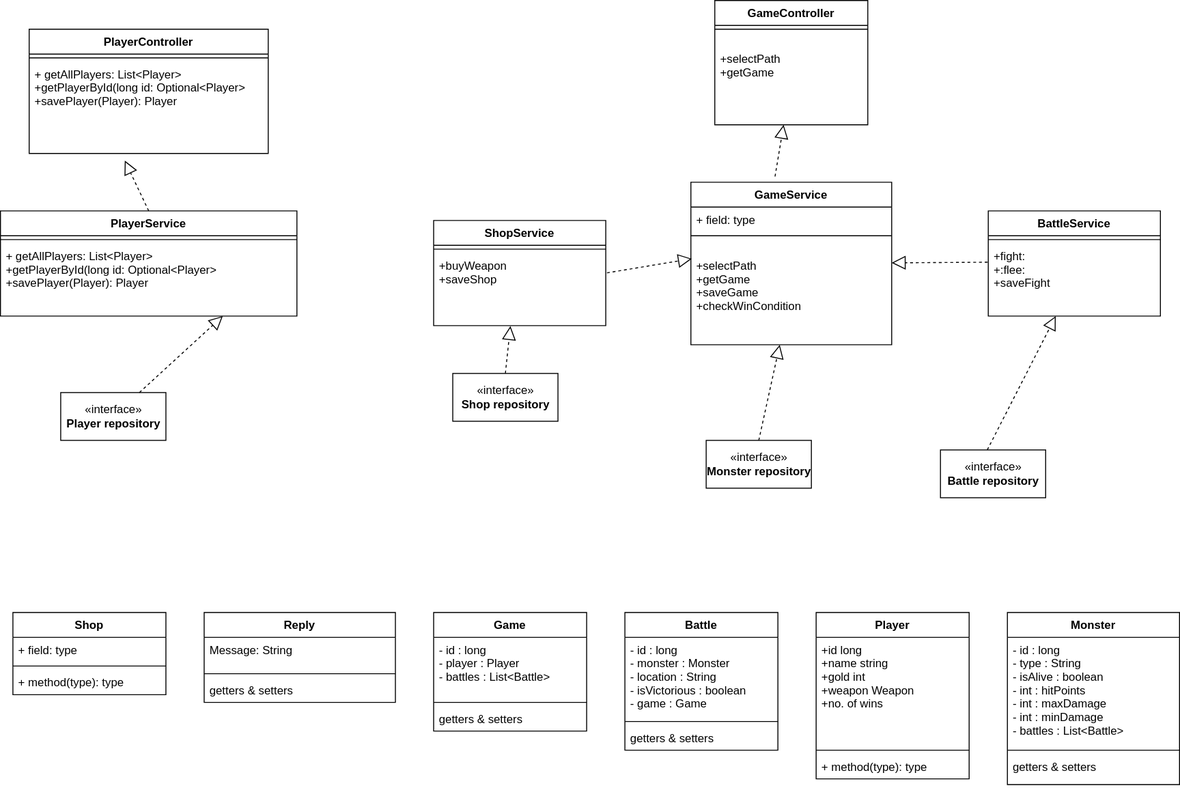
Before: team7_uml.svg, a diagram exported from draw.io (RawMal/backend_project). Source tidied: cells renumbered, new cells last; positions are measured from the earlier drawing's top-left corner, leaving out a move shared by most shapes.
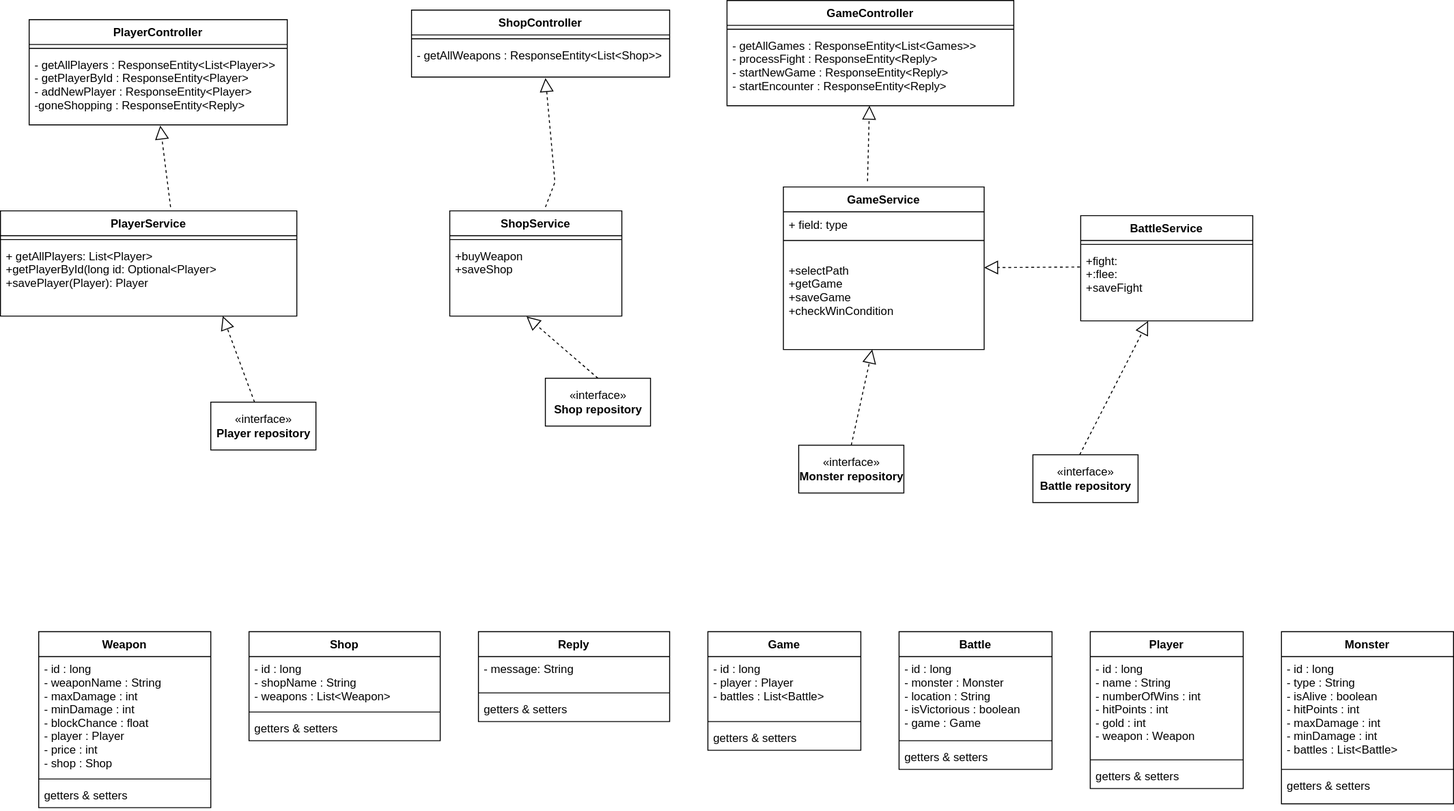
After the change.

Commit message:
halfway through uml update

Diff of the diagram source:
```diff
@@ -3,33 +3,33 @@
     <mxCell id="0" />
     <mxCell id="1" parent="0" />
     <mxCell id="2" value="Player" style="swimlane;fontStyle=1;align=center;verticalAlign=top;horizontal=1;startSize=26;" parent="1" vertex="1">
-      <mxGeometry x="853" y="640" width="160" height="174" as="geometry" />
+      <mxGeometry x="853" y="640" width="160" height="164" as="geometry" />
     </mxCell>
-    <mxCell id="3" value="+id long &#10;+name string&#10;+gold int&#10;+weapon Weapon&#10;+no. of wins&#10;&#10;" style="text;strokeColor=none;fillColor=none;align=left;verticalAlign=top;spacingLeft=4;spacingRight=4;overflow=hidden;" parent="2" vertex="1">
-      <mxGeometry y="26" width="160" height="114" as="geometry" />
+    <mxCell id="3" value="- id : long&#10;- name : String&#10;- numberOfWins : int&#10;- hitPoints : int&#10;- gold : int&#10;- weapon : Weapon" style="text;strokeColor=none;fillColor=none;align=left;verticalAlign=top;spacingLeft=4;spacingRight=4;overflow=hidden;" parent="2" vertex="1">
+      <mxGeometry y="26" width="160" height="104" as="geometry" />
     </mxCell>
     <mxCell id="4" style="line;strokeWidth=1;fillColor=none;align=left;verticalAlign=middle;spacingTop=-1;spacingLeft=3;spacingRight=3;labelPosition=right;strokeColor=inherit;" parent="2" vertex="1">
-      <mxGeometry y="140" width="160" height="8" as="geometry" />
+      <mxGeometry y="130" width="160" height="8" as="geometry" />
     </mxCell>
-    <mxCell id="5" value="+ method(type): type" style="text;strokeColor=none;fillColor=none;align=left;verticalAlign=top;spacingLeft=4;spacingRight=4;overflow=hidden;" parent="2" vertex="1">
-      <mxGeometry y="148" width="160" height="26" as="geometry" />
+    <mxCell id="5" value="getters &amp; setters" style="text;strokeColor=none;fillColor=none;align=left;verticalAlign=top;spacingLeft=4;spacingRight=4;overflow=hidden;" parent="2" vertex="1">
+      <mxGeometry y="138" width="160" height="26" as="geometry" />
     </mxCell>
     <mxCell id="6" value="Shop" style="swimlane;fontStyle=1;align=center;verticalAlign=top;horizontal=1;startSize=26;" parent="1" vertex="1">
-      <mxGeometry x="13" y="640" width="160" height="86" as="geometry" />
+      <mxGeometry x="-27" y="640" width="200" height="114" as="geometry" />
     </mxCell>
-    <mxCell id="7" value="+ field: type" style="text;strokeColor=none;fillColor=none;align=left;verticalAlign=top;spacingLeft=4;spacingRight=4;overflow=hidden;" parent="6" vertex="1">
-      <mxGeometry y="26" width="160" height="26" as="geometry" />
+    <mxCell id="7" value="- id : long&#10;- shopName : String&#10;- weapons : List&lt;Weapon&gt;&#10;" style="text;strokeColor=none;fillColor=none;align=left;verticalAlign=top;spacingLeft=4;spacingRight=4;overflow=hidden;" parent="6" vertex="1">
+      <mxGeometry y="26" width="200" height="54" as="geometry" />
     </mxCell>
     <mxCell id="8" style="line;strokeWidth=1;fillColor=none;align=left;verticalAlign=middle;spacingTop=-1;spacingLeft=3;spacingRight=3;labelPosition=right;strokeColor=inherit;" parent="6" vertex="1">
-      <mxGeometry y="52" width="160" height="8" as="geometry" />
+      <mxGeometry y="80" width="200" height="8" as="geometry" />
     </mxCell>
-    <mxCell id="9" value="+ method(type): type" style="text;strokeColor=none;fillColor=none;align=left;verticalAlign=top;spacingLeft=4;spacingRight=4;overflow=hidden;" parent="6" vertex="1">
-      <mxGeometry y="60" width="160" height="26" as="geometry" />
+    <mxCell id="9" value="getters &amp; setters" style="text;strokeColor=none;fillColor=none;align=left;verticalAlign=top;spacingLeft=4;spacingRight=4;overflow=hidden;" parent="6" vertex="1">
+      <mxGeometry y="88" width="200" height="26" as="geometry" />
     </mxCell>
     <mxCell id="10" value="Monster" style="swimlane;fontStyle=1;align=center;verticalAlign=top;horizontal=1;startSize=26;" parent="1" vertex="1">
       <mxGeometry x="1053" y="640" width="180" height="180" as="geometry" />
     </mxCell>
-    <mxCell id="11" value="- id : long&#10;- type : String&#10;- isAlive : boolean&#10;- int : hitPoints&#10;- int : maxDamage&#10;- int : minDamage&#10;- battles : List&lt;Battle&gt;" style="text;strokeColor=none;fillColor=none;align=left;verticalAlign=top;spacingLeft=4;spacingRight=4;overflow=hidden;" parent="10" vertex="1">
+    <mxCell id="11" value="- id : long&#10;- type : String&#10;- isAlive : boolean&#10;- hitPoints : int&#10;- maxDamage : int&#10;- minDamage : int&#10;- battles : List&lt;Battle&gt;" style="text;strokeColor=none;fillColor=none;align=left;verticalAlign=top;spacingLeft=4;spacingRight=4;overflow=hidden;" parent="10" vertex="1">
       <mxGeometry y="26" width="180" height="114" as="geometry" />
     </mxCell>
     <mxCell id="12" style="line;strokeWidth=1;fillColor=none;align=left;verticalAlign=middle;spacingTop=-1;spacingLeft=3;spacingRight=3;labelPosition=right;strokeColor=inherit;" parent="10" vertex="1">
@@ -39,19 +39,19 @@
       <mxGeometry y="148" width="180" height="32" as="geometry" />
     </mxCell>
     <mxCell id="14" value="«interface»&lt;br&gt;&lt;b&gt;Battle repository&lt;/b&gt;" style="html=1;" parent="1" vertex="1">
-      <mxGeometry x="983" y="470" width="110" height="50" as="geometry" />
+      <mxGeometry x="793" y="455" width="110" height="50" as="geometry" />
     </mxCell>
     <mxCell id="15" value="«interface»&lt;br&gt;&lt;b&gt;Player repository&lt;/b&gt;" style="html=1;" parent="1" vertex="1">
-      <mxGeometry x="63" y="410" width="110" height="50" as="geometry" />
+      <mxGeometry x="-67" y="400" width="110" height="50" as="geometry" />
     </mxCell>
     <mxCell id="16" value="«interface»&lt;br&gt;&lt;b&gt;Monster repository&lt;/b&gt;" style="html=1;" parent="1" vertex="1">
-      <mxGeometry x="738" y="460" width="110" height="50" as="geometry" />
+      <mxGeometry x="548" y="445" width="110" height="50" as="geometry" />
     </mxCell>
     <mxCell id="17" value="«interface»&lt;br&gt;&lt;b&gt;Shop repository&lt;/b&gt;" style="html=1;" parent="1" vertex="1">
-      <mxGeometry x="473" y="390" width="110" height="50" as="geometry" />
+      <mxGeometry x="283" y="375" width="110" height="50" as="geometry" />
     </mxCell>
     <mxCell id="18" value="PlayerService" style="swimlane;fontStyle=1;align=center;verticalAlign=top;horizontal=1;startSize=26;" parent="1" vertex="1">
-      <mxGeometry y="220" width="310" height="110" as="geometry" />
+      <mxGeometry x="-287" y="200" width="310" height="110" as="geometry" />
     </mxCell>
     <mxCell id="19" style="line;strokeWidth=1;fillColor=none;align=left;verticalAlign=middle;spacingTop=-1;spacingLeft=3;spacingRight=3;labelPosition=right;strokeColor=inherit;" parent="18" vertex="1">
       <mxGeometry y="26" width="310" height="8" as="geometry" />
@@ -60,25 +60,25 @@
       <mxGeometry y="34" width="310" height="76" as="geometry" />
     </mxCell>
     <mxCell id="21" value="GameController" style="swimlane;fontStyle=1;align=center;verticalAlign=top;horizontal=1;startSize=26;" parent="1" vertex="1">
-      <mxGeometry x="747" width="160" height="130" as="geometry" />
+      <mxGeometry x="473" y="-20" width="300" height="110" as="geometry" />
     </mxCell>
     <mxCell id="22" style="line;strokeWidth=1;fillColor=none;align=left;verticalAlign=middle;spacingTop=-1;spacingLeft=3;spacingRight=3;labelPosition=right;strokeColor=inherit;" parent="21" vertex="1">
-      <mxGeometry y="26" width="160" height="8" as="geometry" />
+      <mxGeometry y="26" width="300" height="8" as="geometry" />
     </mxCell>
-    <mxCell id="23" value="&#10;+selectPath&#10;+getGame&#10;" style="text;strokeColor=none;fillColor=none;align=left;verticalAlign=top;spacingLeft=4;spacingRight=4;overflow=hidden;points=[[0,0.5],[1,0.5]];portConstraint=eastwest;" parent="21" vertex="1">
-      <mxGeometry y="34" width="160" height="96" as="geometry" />
+    <mxCell id="23" value="- getAllGames : ResponseEntity&lt;List&lt;Games&gt;&gt;&#10;- processFight : ResponseEntity&lt;Reply&gt;&#10;- startNewGame : ResponseEntity&lt;Reply&gt;&#10;- startEncounter : ResponseEntity&lt;Reply&gt;" style="text;strokeColor=none;fillColor=none;align=left;verticalAlign=top;spacingLeft=4;spacingRight=4;overflow=hidden;points=[[0,0.5],[1,0.5]];portConstraint=eastwest;" parent="21" vertex="1">
+      <mxGeometry y="34" width="300" height="76" as="geometry" />
     </mxCell>
     <mxCell id="24" value="PlayerController" style="swimlane;fontStyle=1;align=center;verticalAlign=top;horizontal=1;startSize=26;" parent="1" vertex="1">
-      <mxGeometry x="30" y="30" width="250" height="130" as="geometry" />
+      <mxGeometry x="-257" width="270" height="110" as="geometry" />
     </mxCell>
     <mxCell id="25" style="line;strokeWidth=1;fillColor=none;align=left;verticalAlign=middle;spacingTop=-1;spacingLeft=3;spacingRight=3;labelPosition=right;strokeColor=inherit;" parent="24" vertex="1">
-      <mxGeometry y="26" width="250" height="8" as="geometry" />
+      <mxGeometry y="26" width="270" height="8" as="geometry" />
     </mxCell>
-    <mxCell id="26" value="+ getAllPlayers: List&lt;Player&gt;&#10;+getPlayerById(long id: Optional&lt;Player&gt; &#10;+savePlayer(Player): Player" style="text;strokeColor=none;fillColor=none;align=left;verticalAlign=top;spacingLeft=4;spacingRight=4;overflow=hidden;points=[[0,0.5],[1,0.5]];portConstraint=eastwest;" parent="24" vertex="1">
-      <mxGeometry y="34" width="250" height="96" as="geometry" />
+    <mxCell id="26" value="- getAllPlayers : ResponseEntity&lt;List&lt;Player&gt;&gt;&#10;- getPlayerById : ResponseEntity&lt;Player&gt;&#10;- addNewPlayer : ResponseEntity&lt;Player&gt;&#10;-goneShopping : ResponseEntity&lt;Reply&gt;" style="text;strokeColor=none;fillColor=none;align=left;verticalAlign=top;spacingLeft=4;spacingRight=4;overflow=hidden;points=[[0,0.5],[1,0.5]];portConstraint=eastwest;" parent="24" vertex="1">
+      <mxGeometry y="34" width="270" height="76" as="geometry" />
     </mxCell>
     <mxCell id="27" value="GameService" style="swimlane;fontStyle=1;align=center;verticalAlign=top;horizontal=1;startSize=26;" parent="1" vertex="1">
-      <mxGeometry x="722" y="190" width="210" height="170" as="geometry" />
+      <mxGeometry x="532" y="175" width="210" height="170" as="geometry" />
     </mxCell>
     <mxCell id="28" value="+ field: type" style="text;strokeColor=none;fillColor=none;align=left;verticalAlign=top;spacingLeft=4;spacingRight=4;overflow=hidden;" parent="27" vertex="1">
       <mxGeometry y="26" width="210" height="26" as="geometry" />
@@ -89,7 +89,7 @@
     <mxCell id="30" value="&#10;+selectPath&#10;+getGame&#10;+saveGame&#10;+checkWinCondition" style="text;strokeColor=none;fillColor=none;align=left;verticalAlign=top;spacingLeft=4;spacingRight=4;overflow=hidden;points=[[0,0.5],[1,0.5]];portConstraint=eastwest;" parent="27" vertex="1">
       <mxGeometry y="60" width="210" height="110" as="geometry" />
     </mxCell>
-    <mxCell id="31" style="endArrow=block;dashed=1;endFill=0;endSize=12;html=1;rounded=0;exitX=0.5;exitY=0;exitDx=0;exitDy=0;entryX=0.4;entryY=1.077;entryDx=0;entryDy=0;entryPerimeter=0;" parent="1" edge="1" source="18" target="26">
+    <mxCell id="31" style="endArrow=block;dashed=1;endFill=0;endSize=12;html=1;rounded=0;exitX=0.574;exitY=-0.036;exitDx=0;exitDy=0;entryX=0.508;entryY=1.01;entryDx=0;entryDy=0;entryPerimeter=0;exitPerimeter=0;" parent="1" edge="1" source="18" target="26">
       <mxGeometry relative="1" as="geometry" />
     </mxCell>
     <mxCell id="32" value="&lt;span style=&quot;color: rgba(0, 0, 0, 0); font-family: monospace; font-size: 0px; text-align: start; background-color: rgb(248, 249, 250);&quot;&gt;%3CmxGraphModel%3E%3Croot%3E%3CmxCell%20id%3D%220%22%2F%3E%3CmxCell%20id%3D%221%22%20parent%3D%220%22%2F%3E%3CmxCell%20id%3D%222%22%20value%3D%22PlayerService%22%20style%3D%22swimlane%3BfontStyle%3D1%3Balign%3Dcenter%3BverticalAlign%3Dtop%3BchildLayout%3DstackLayout%3Bhorizontal%3D1%3BstartSize%3D26%3BhorizontalStack%3D0%3BresizeParent%3D1%3BresizeParentMax%3D0%3BresizeLast%3D0%3Bcollapsible%3D1%3BmarginBottom%3D0%3B%22%20vertex%3D%221%22%20parent%3D%221%22%3E%3CmxGeometry%20x%3D%22290%22%20y%3D%22330%22%20width%3D%22160%22%20height%3D%2286%22%20as%3D%22geometry%22%2F%3E%3C%2FmxCell%3E%3CmxCell%20id%3D%223%22%20value%3D%22%2B%20field%3A%20type%22%20style%3D%22text%3BstrokeColor%3Dnone%3BfillColor%3Dnone%3Balign%3Dleft%3BverticalAlign%3Dtop%3BspacingLeft%3D4%3BspacingRight%3D4%3Boverflow%3Dhidden%3Brotatable%3D0%3Bpoints%3D%5B%5B0%2C0.5%5D%2C%5B1%2C0.5%5D%5D%3BportConstraint%3Deastwest%3B%22%20vertex%3D%221%22%20parent%3D%222%22%3E%3CmxGeometry%20y%3D%2226%22%20width%3D%22160%22%20height%3D%2226%22%20as%3D%22geometry%22%2F%3E%3C%2FmxCell%3E%3CmxCell%20id%3D%224%22%20value%3D%22%22%20style%3D%22line%3BstrokeWidth%3D1%3BfillColor%3Dnone%3Balign%3Dleft%3BverticalAlign%3Dmiddle%3BspacingTop%3D-1%3BspacingLeft%3D3%3BspacingRight%3D3%3Brotatable%3D0%3BlabelPosition%3Dright%3Bpoints%3D%5B%5D%3BportConstraint%3Deastwest%3BstrokeColor%3Dinherit%3B%22%20vertex%3D%221%22%20parent%3D%222%22%3E%3CmxGeometry%20y%3D%2252%22%20width%3D%22160%22%20height%3D%228%22%20as%3D%22geometry%22%2F%3E%3C%2FmxCell%3E%3CmxCell%20id%3D%225%22%20value%3D%22%2B%20method(type)%3A%20type%22%20style%3D%22text%3BstrokeColor%3Dnone%3BfillColor%3Dnone%3Balign%3Dleft%3BverticalAlign%3Dtop%3BspacingLeft%3D4%3BspacingRight%3D4%3Boverflow%3Dhidden%3Brotatable%3D0%3Bpoints%3D%5B%5B0%2C0.5%5D%2C%5B1%2C0.5%5D%5D%3BportConstraint%3Deastwest%3B%22%20vertex%3D%221%22%20parent%3D%222%22%3E%3CmxGeometry%20y%3D%2260%22%20width%3D%22160%22%20height%3D%2226%22%20as%3D%22geometry%22%2F%3E%3C%2FmxCell%3E%3C%2Froot%3E%3C%2FmxGraphModel%3&lt;/span&gt;" style="edgeLabel;html=1;align=center;verticalAlign=middle;" parent="31" vertex="1">
@@ -113,7 +113,7 @@
     <mxCell id="38" value="Reply" style="swimlane;fontStyle=1;align=center;verticalAlign=top;horizontal=1;startSize=26;" parent="1" vertex="1">
       <mxGeometry x="213" y="640" width="200" height="94" as="geometry" />
     </mxCell>
-    <mxCell id="39" value="Message: String" style="text;strokeColor=none;fillColor=none;align=left;verticalAlign=top;spacingLeft=4;spacingRight=4;overflow=hidden;" parent="38" vertex="1">
+    <mxCell id="39" value="- message: String" style="text;strokeColor=none;fillColor=none;align=left;verticalAlign=top;spacingLeft=4;spacingRight=4;overflow=hidden;" parent="38" vertex="1">
       <mxGeometry y="26" width="200" height="34" as="geometry" />
     </mxCell>
     <mxCell id="40" style="line;strokeWidth=1;fillColor=none;align=left;verticalAlign=middle;spacingTop=-1;spacingLeft=3;spacingRight=3;labelPosition=right;strokeColor=inherit;" parent="38" vertex="1">
@@ -123,7 +123,7 @@
       <mxGeometry y="68" width="200" height="26" as="geometry" />
     </mxCell>
     <mxCell id="42" value="BattleService" style="swimlane;fontStyle=1;align=center;verticalAlign=top;horizontal=1;startSize=26;" parent="1" vertex="1">
-      <mxGeometry x="1033" y="220" width="180" height="110" as="geometry" />
+      <mxGeometry x="843" y="205" width="180" height="110" as="geometry" />
     </mxCell>
     <mxCell id="43" style="line;strokeWidth=1;fillColor=none;align=left;verticalAlign=middle;spacingTop=-1;spacingLeft=3;spacingRight=3;labelPosition=right;strokeColor=inherit;" parent="42" vertex="1">
       <mxGeometry y="26" width="180" height="8" as="geometry" />
@@ -147,7 +147,7 @@
       <mxGeometry relative="1" as="geometry" />
     </mxCell>
     <mxCell id="50" value="ShopService" style="swimlane;fontStyle=1;align=center;verticalAlign=top;horizontal=1;startSize=26;" parent="1" vertex="1">
-      <mxGeometry x="453" y="230" width="180" height="110" as="geometry" />
+      <mxGeometry x="183" y="200" width="180" height="110" as="geometry" />
     </mxCell>
     <mxCell id="51" style="line;strokeWidth=1;fillColor=none;align=left;verticalAlign=middle;spacingTop=-1;spacingLeft=3;spacingRight=3;labelPosition=right;strokeColor=inherit;" parent="50" vertex="1">
       <mxGeometry y="26" width="180" height="8" as="geometry" />
@@ -155,8 +155,12 @@
     <mxCell id="52" value="+buyWeapon&#10;+saveShop  &#10;" style="text;strokeColor=none;fillColor=none;align=left;verticalAlign=top;spacingLeft=4;spacingRight=4;overflow=hidden;points=[[0,0.5],[1,0.5]];portConstraint=eastwest;" parent="50" vertex="1">
       <mxGeometry y="34" width="180" height="76" as="geometry" />
     </mxCell>
-    <mxCell id="53" style="endArrow=block;dashed=1;endFill=0;endSize=12;html=1;rounded=0;exitX=1.007;exitY=0.274;exitDx=0;exitDy=0;exitPerimeter=0;entryX=0.005;entryY=0.182;entryDx=0;entryDy=0;entryPerimeter=0;" parent="1" edge="1" source="52" target="30">
-      <mxGeometry relative="1" as="geometry" />
+    <mxCell id="53" style="endArrow=block;dashed=1;endFill=0;endSize=12;html=1;rounded=0;exitX=0.556;exitY=-0.036;exitDx=0;exitDy=0;entryX=0.519;entryY=1.031;entryDx=0;entryDy=0;entryPerimeter=0;exitPerimeter=0;" parent="1" edge="1" source="50" target="64">
+      <mxGeometry relative="1" as="geometry">
+        <Array as="points">
+          <mxPoint x="293" y="170" />
+        </Array>
+      </mxGeometry>
     </mxCell>
     <mxCell id="54" value="Game" style="swimlane;fontStyle=1;align=center;verticalAlign=top;horizontal=1;startSize=26;" parent="1" vertex="1">
       <mxGeometry x="453" y="640" width="160" height="124" as="geometry" />
@@ -170,5 +174,26 @@
     <mxCell id="57" value="getters &amp; setters" style="text;strokeColor=none;fillColor=none;align=left;verticalAlign=top;spacingLeft=4;spacingRight=4;overflow=hidden;" parent="54" vertex="1">
       <mxGeometry y="98" width="160" height="26" as="geometry" />
     </mxCell>
+    <mxCell id="58" value="Weapon" style="swimlane;fontStyle=1;align=center;verticalAlign=top;horizontal=1;startSize=26;" parent="1" vertex="1">
+      <mxGeometry x="-247" y="640" width="180" height="184" as="geometry" />
+    </mxCell>
+    <mxCell id="59" value="- id : long &#10;- weaponName : String&#10;- maxDamage : int&#10;- minDamage : int&#10;- blockChance : float&#10;- player : Player&#10;- price : int&#10;- shop : Shop" style="text;strokeColor=none;fillColor=none;align=left;verticalAlign=top;spacingLeft=4;spacingRight=4;overflow=hidden;" parent="58" vertex="1">
+      <mxGeometry y="26" width="180" height="124" as="geometry" />
+    </mxCell>
+    <mxCell id="60" style="line;strokeWidth=1;fillColor=none;align=left;verticalAlign=middle;spacingTop=-1;spacingLeft=3;spacingRight=3;labelPosition=right;strokeColor=inherit;" parent="58" vertex="1">
+      <mxGeometry y="150" width="180" height="8" as="geometry" />
+    </mxCell>
+    <mxCell id="61" value="getters &amp; setters" style="text;strokeColor=none;fillColor=none;align=left;verticalAlign=top;spacingLeft=4;spacingRight=4;overflow=hidden;" parent="58" vertex="1">
+      <mxGeometry y="158" width="180" height="26" as="geometry" />
+    </mxCell>
+    <mxCell id="62" value="ShopController" style="swimlane;fontStyle=1;align=center;verticalAlign=top;horizontal=1;startSize=26;" parent="1" vertex="1">
+      <mxGeometry x="143" y="-10" width="270" height="70" as="geometry" />
+    </mxCell>
+    <mxCell id="63" style="line;strokeWidth=1;fillColor=none;align=left;verticalAlign=middle;spacingTop=-1;spacingLeft=3;spacingRight=3;labelPosition=right;strokeColor=inherit;" parent="62" vertex="1">
+      <mxGeometry y="26" width="270" height="8" as="geometry" />
+    </mxCell>
+    <mxCell id="64" value="- getAllWeapons : ResponseEntity&lt;List&lt;Shop&gt;&gt;" style="text;strokeColor=none;fillColor=none;align=left;verticalAlign=top;spacingLeft=4;spacingRight=4;overflow=hidden;points=[[0,0.5],[1,0.5]];portConstraint=eastwest;" parent="62" vertex="1">
+      <mxGeometry y="34" width="270" height="36" as="geometry" />
+    </mxCell>
   </root>
 </mxGraphModel>
```
